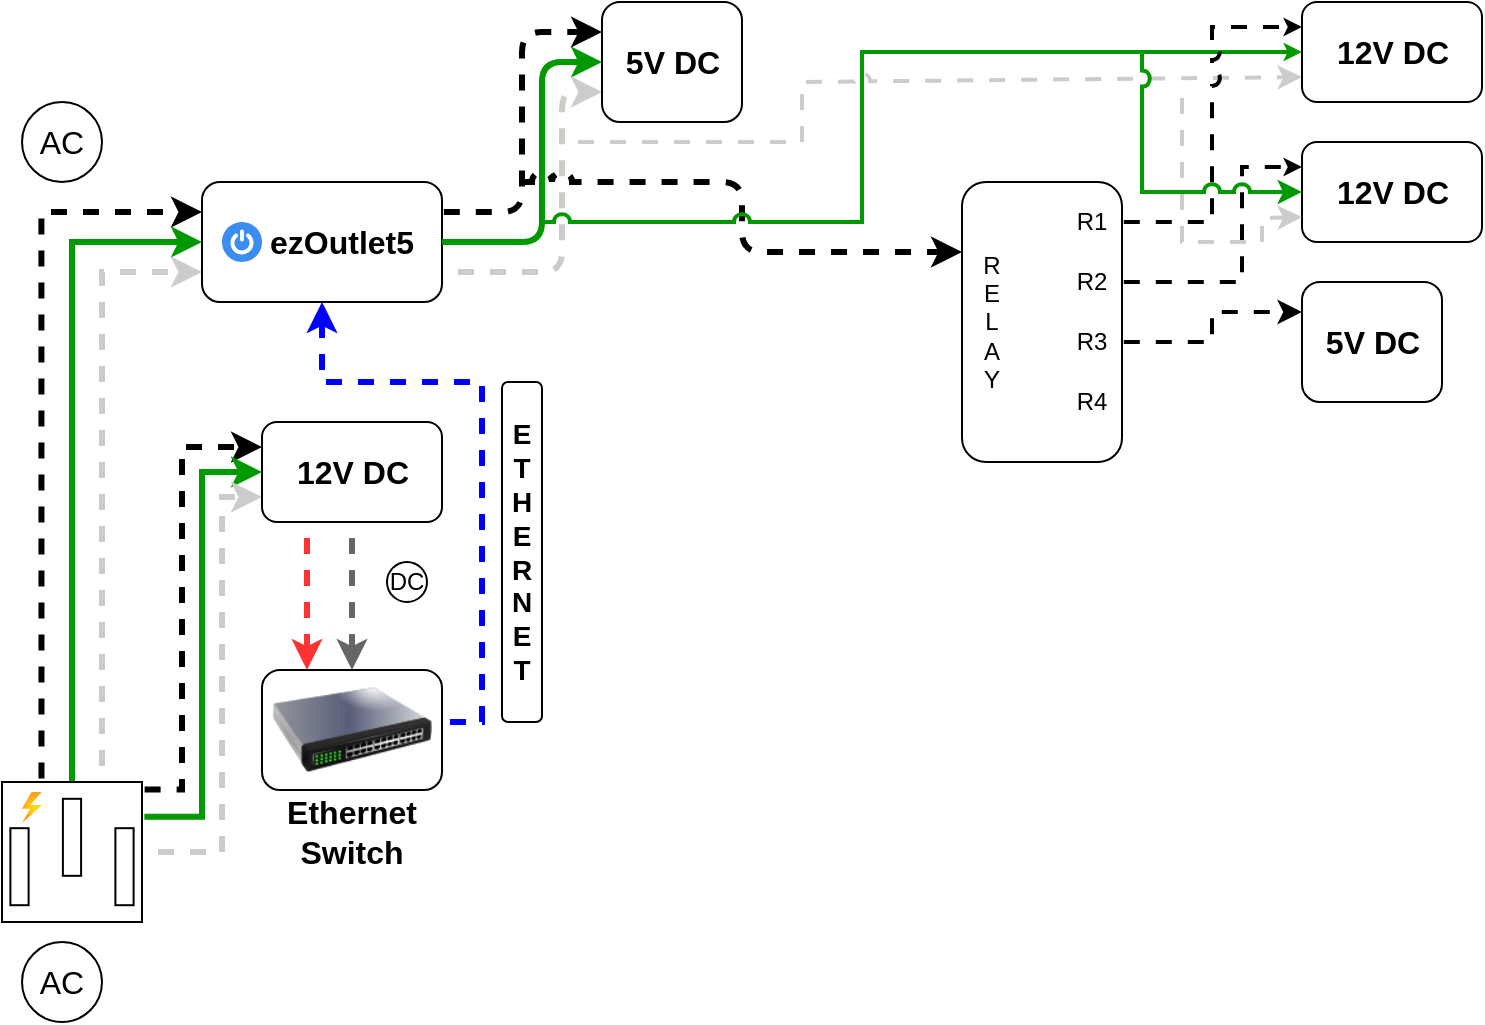
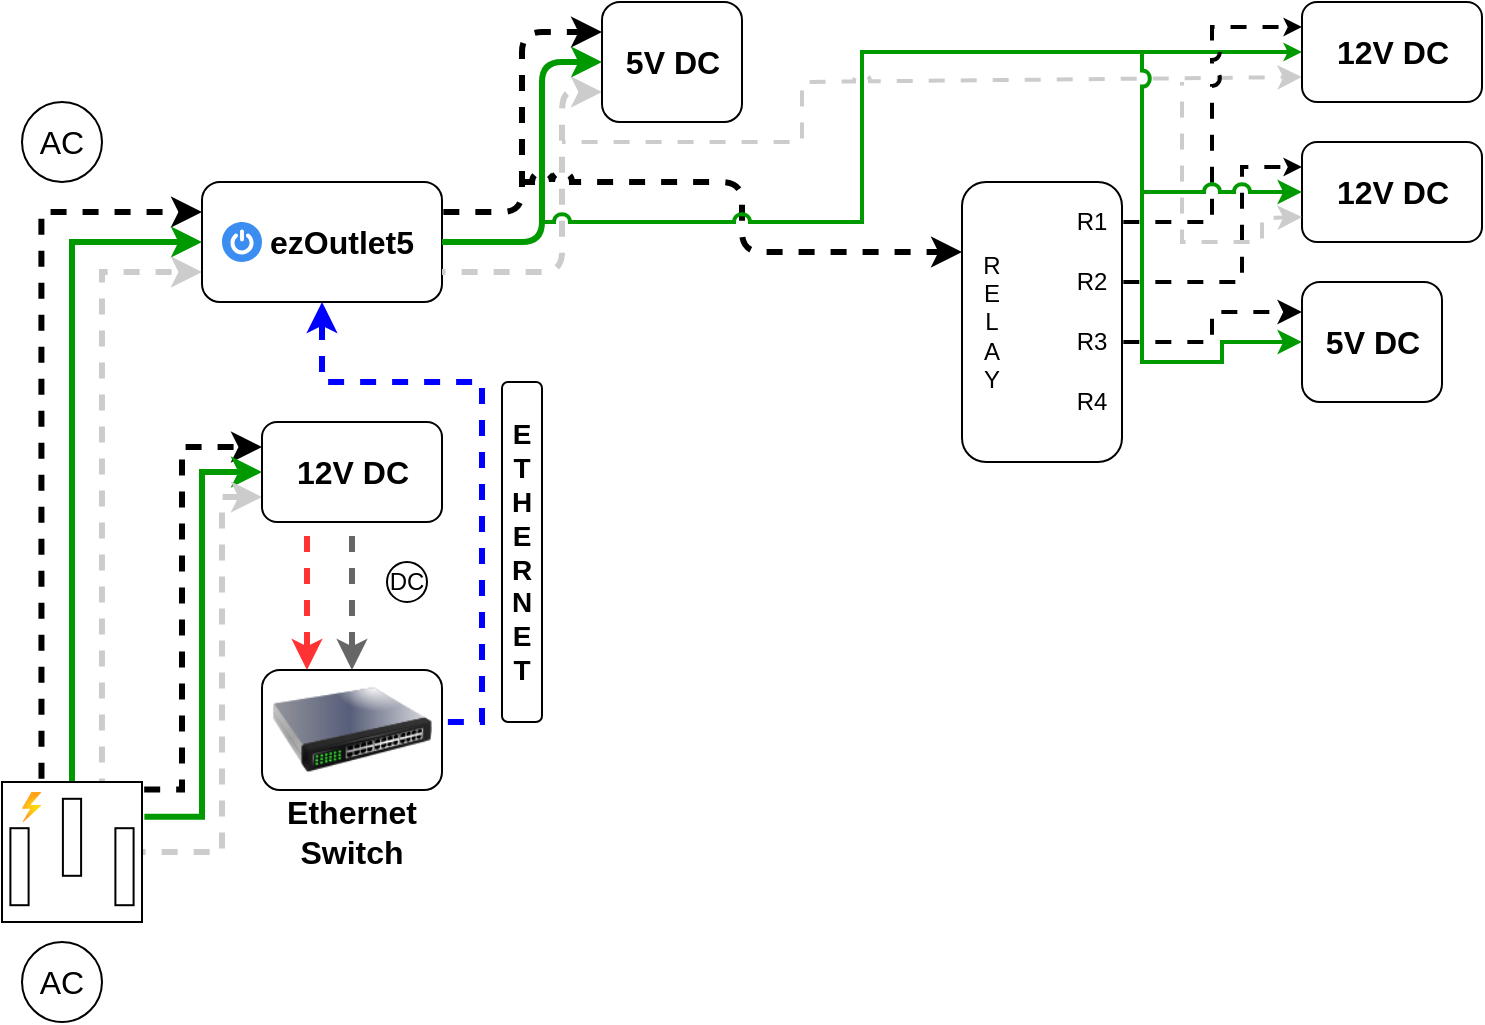
<mxfile host="app.diagrams.net" agent="Mozilla/5.0 (Windows NT 10.0; Win64; x64) AppleWebKit/537.36 (KHTML, like Gecko) Chrome/131.0.0.0 Safari/537.36 Edg/131.0.0.0" version="25.0.3">
  <diagram name="Page-1" id="VlRkN-xOVygPYa-iD9Ir">
    <mxGraphModel dx="420" dy="263" grid="1" gridSize="10" guides="1" tooltips="1" connect="1" arrows="1" fold="1" page="1" pageScale="1" pageWidth="1169" pageHeight="827" background="none" math="0" shadow="0">
      <root>
        <mxCell id="0" />
        <mxCell id="1" parent="0" />
        <mxCell id="JVLtuT8sySUBbFbLTn6r-3" style="edgeStyle=orthogonalEdgeStyle;rounded=0;orthogonalLoop=1;jettySize=auto;html=1;entryX=0;entryY=0.25;entryDx=0;entryDy=0;exitX=0.282;exitY=-0.013;exitDx=0;exitDy=0;exitPerimeter=0;strokeWidth=3;flowAnimation=1;flowAnimationDirection=alternate;flowAnimationTimingFunction=ease-in-out;flowAnimationDuration=1500;" edge="1" parent="1" source="pD8juBFKP1GN8B8eYQTb-1" target="pD8juBFKP1GN8B8eYQTb-3">
          <mxGeometry relative="1" as="geometry" />
        </mxCell>
        <mxCell id="JVLtuT8sySUBbFbLTn6r-4" style="edgeStyle=orthogonalEdgeStyle;rounded=0;orthogonalLoop=1;jettySize=auto;html=1;exitX=0.5;exitY=0;exitDx=0;exitDy=0;exitPerimeter=0;entryX=0;entryY=0.5;entryDx=0;entryDy=0;strokeColor=#009900;strokeWidth=3;" edge="1" parent="1" source="pD8juBFKP1GN8B8eYQTb-1" target="pD8juBFKP1GN8B8eYQTb-3">
          <mxGeometry relative="1" as="geometry" />
        </mxCell>
        <mxCell id="JVLtuT8sySUBbFbLTn6r-5" style="edgeStyle=orthogonalEdgeStyle;rounded=0;orthogonalLoop=1;jettySize=auto;html=1;entryX=0;entryY=0.75;entryDx=0;entryDy=0;exitX=0.714;exitY=0;exitDx=0;exitDy=0;exitPerimeter=0;strokeWidth=3;strokeColor=#CCCCCC;flowAnimation=1;flowAnimationDirection=alternate-reverse;flowAnimationTimingFunction=ease-in-out;" edge="1" parent="1" source="pD8juBFKP1GN8B8eYQTb-1" target="pD8juBFKP1GN8B8eYQTb-3">
          <mxGeometry relative="1" as="geometry">
            <mxPoint x="120" y="320" as="targetPoint" />
          </mxGeometry>
        </mxCell>
        <mxCell id="JVLtuT8sySUBbFbLTn6r-6" style="edgeStyle=orthogonalEdgeStyle;rounded=0;orthogonalLoop=1;jettySize=auto;html=1;entryX=0;entryY=0.25;entryDx=0;entryDy=0;exitX=1.006;exitY=0.054;exitDx=0;exitDy=0;exitPerimeter=0;strokeWidth=3;flowAnimation=1;flowAnimationDirection=alternate;flowAnimationTimingFunction=ease-in-out;flowAnimationDuration=1500;" edge="1" parent="1" source="pD8juBFKP1GN8B8eYQTb-1" target="pD8juBFKP1GN8B8eYQTb-24">
          <mxGeometry relative="1" as="geometry">
            <Array as="points">
              <mxPoint x="120" y="404" />
              <mxPoint x="120" y="233" />
            </Array>
          </mxGeometry>
        </mxCell>
        <mxCell id="JVLtuT8sySUBbFbLTn6r-7" style="edgeStyle=orthogonalEdgeStyle;rounded=0;orthogonalLoop=1;jettySize=auto;html=1;entryX=0;entryY=0.5;entryDx=0;entryDy=0;exitX=1.017;exitY=0.249;exitDx=0;exitDy=0;exitPerimeter=0;strokeWidth=3;strokeColor=#009900;" edge="1" parent="1" source="pD8juBFKP1GN8B8eYQTb-1" target="pD8juBFKP1GN8B8eYQTb-24">
          <mxGeometry relative="1" as="geometry" />
        </mxCell>
        <mxCell id="JVLtuT8sySUBbFbLTn6r-8" style="edgeStyle=orthogonalEdgeStyle;rounded=0;orthogonalLoop=1;jettySize=auto;html=1;entryX=0;entryY=0.75;entryDx=0;entryDy=0;strokeColor=#CCCCCC;strokeWidth=3;flowAnimation=1;flowAnimationDirection=alternate-reverse;flowAnimationTimingFunction=ease-in-out;" edge="1" parent="1" source="pD8juBFKP1GN8B8eYQTb-1" target="pD8juBFKP1GN8B8eYQTb-24">
          <mxGeometry relative="1" as="geometry">
            <Array as="points">
              <mxPoint x="140" y="435" />
              <mxPoint x="140" y="258" />
            </Array>
          </mxGeometry>
        </mxCell>
        <mxCell id="JVLtuT8sySUBbFbLTn6r-1" value="" style="group" vertex="1" connectable="0" parent="1">
          <mxGeometry x="30" y="480" width="60" height="40" as="geometry" />
        </mxCell>
        <mxCell id="pD8juBFKP1GN8B8eYQTb-22" value="AC" style="text;html=1;align=center;verticalAlign=middle;whiteSpace=wrap;rounded=0;fontSize=16;" parent="JVLtuT8sySUBbFbLTn6r-1" vertex="1">
          <mxGeometry y="5" width="60" height="30" as="geometry" />
        </mxCell>
        <mxCell id="pD8juBFKP1GN8B8eYQTb-23" value="" style="ellipse;whiteSpace=wrap;html=1;fillColor=none;" parent="JVLtuT8sySUBbFbLTn6r-1" vertex="1">
          <mxGeometry x="10" width="40" height="40" as="geometry" />
        </mxCell>
        <mxCell id="JVLtuT8sySUBbFbLTn6r-2" value="" style="group" vertex="1" connectable="0" parent="1">
          <mxGeometry x="30" y="60" width="60" height="40" as="geometry" />
        </mxCell>
        <mxCell id="pD8juBFKP1GN8B8eYQTb-9" value="" style="ellipse;whiteSpace=wrap;html=1;fillColor=none;" parent="JVLtuT8sySUBbFbLTn6r-2" vertex="1">
          <mxGeometry x="10" width="40" height="40" as="geometry" />
        </mxCell>
        <mxCell id="pD8juBFKP1GN8B8eYQTb-11" value="AC" style="text;html=1;align=center;verticalAlign=middle;whiteSpace=wrap;rounded=0;fontSize=16;" parent="JVLtuT8sySUBbFbLTn6r-2" vertex="1">
          <mxGeometry y="5" width="60" height="30" as="geometry" />
        </mxCell>
        <mxCell id="JVLtuT8sySUBbFbLTn6r-9" value="" style="group" vertex="1" connectable="0" parent="1">
          <mxGeometry x="130" y="100" width="120" height="60" as="geometry" />
        </mxCell>
        <mxCell id="JVLtuT8sySUBbFbLTn6r-16" value="" style="group" vertex="1" connectable="0" parent="JVLtuT8sySUBbFbLTn6r-9">
          <mxGeometry width="120" height="60" as="geometry" />
        </mxCell>
        <mxCell id="pD8juBFKP1GN8B8eYQTb-3" value="" style="rounded=1;whiteSpace=wrap;html=1;" parent="JVLtuT8sySUBbFbLTn6r-16" vertex="1">
          <mxGeometry width="120" height="60" as="geometry" />
        </mxCell>
        <mxCell id="JVLtuT8sySUBbFbLTn6r-13" value="" style="sketch=0;html=1;aspect=fixed;strokeColor=none;shadow=0;fillColor=#3B8DF1;verticalAlign=top;labelPosition=center;verticalLabelPosition=bottom;shape=mxgraph.gcp2.a7_power" vertex="1" parent="JVLtuT8sySUBbFbLTn6r-16">
          <mxGeometry x="10" y="20" width="20" height="20" as="geometry" />
        </mxCell>
        <mxCell id="pD8juBFKP1GN8B8eYQTb-15" value="&lt;b&gt;ezOutlet5&lt;/b&gt;" style="text;html=1;align=center;verticalAlign=middle;whiteSpace=wrap;rounded=0;fontSize=16;" parent="JVLtuT8sySUBbFbLTn6r-16" vertex="1">
          <mxGeometry x="40" y="10" width="60" height="40" as="geometry" />
        </mxCell>
        <mxCell id="JVLtuT8sySUBbFbLTn6r-11" value="" style="group" vertex="1" connectable="0" parent="1">
          <mxGeometry x="160" y="220" width="90" height="50" as="geometry" />
        </mxCell>
        <mxCell id="JVLtuT8sySUBbFbLTn6r-72" value="" style="group" vertex="1" connectable="0" parent="JVLtuT8sySUBbFbLTn6r-11">
          <mxGeometry width="90" height="50" as="geometry" />
        </mxCell>
        <mxCell id="pD8juBFKP1GN8B8eYQTb-24" value="" style="rounded=1;whiteSpace=wrap;html=1;" parent="JVLtuT8sySUBbFbLTn6r-72" vertex="1">
          <mxGeometry width="90" height="50" as="geometry" />
        </mxCell>
        <mxCell id="JVLtuT8sySUBbFbLTn6r-10" value="&lt;font style=&quot;font-size: 16px;&quot;&gt;&lt;b&gt;12V DC&lt;/b&gt;&lt;/font&gt;" style="text;html=1;align=center;verticalAlign=middle;whiteSpace=wrap;rounded=0;" vertex="1" parent="JVLtuT8sySUBbFbLTn6r-72">
          <mxGeometry x="15.75" y="10" width="58.5" height="30" as="geometry" />
        </mxCell>
        <mxCell id="JVLtuT8sySUBbFbLTn6r-18" value="" style="group" vertex="1" connectable="0" parent="1">
          <mxGeometry x="30" y="400" width="70" height="70" as="geometry" />
        </mxCell>
        <mxCell id="pD8juBFKP1GN8B8eYQTb-1" value="" style="pointerEvents=1;verticalLabelPosition=bottom;shadow=0;dashed=0;align=center;html=1;verticalAlign=top;shape=mxgraph.electrical.miscellaneous.ac_out" parent="JVLtuT8sySUBbFbLTn6r-18" vertex="1">
          <mxGeometry width="70" height="70" as="geometry" />
        </mxCell>
        <mxCell id="JVLtuT8sySUBbFbLTn6r-12" value="" style="image;aspect=fixed;html=1;points=[];align=center;fontSize=12;image=img/lib/azure2/general/Power.svg;" vertex="1" parent="JVLtuT8sySUBbFbLTn6r-18">
          <mxGeometry x="10" y="5" width="9.72" height="15" as="geometry" />
        </mxCell>
        <mxCell id="JVLtuT8sySUBbFbLTn6r-23" style="edgeStyle=orthogonalEdgeStyle;rounded=0;orthogonalLoop=1;jettySize=auto;html=1;entryX=0.25;entryY=0;entryDx=0;entryDy=0;exitX=0.25;exitY=1;exitDx=0;exitDy=0;strokeColor=#FF3333;strokeWidth=3;flowAnimation=1;" edge="1" parent="1" source="pD8juBFKP1GN8B8eYQTb-24" target="JVLtuT8sySUBbFbLTn6r-19">
          <mxGeometry relative="1" as="geometry" />
        </mxCell>
        <mxCell id="JVLtuT8sySUBbFbLTn6r-28" value="" style="group" vertex="1" connectable="0" parent="1">
          <mxGeometry x="220" y="290" width="25" height="20" as="geometry" />
        </mxCell>
        <mxCell id="JVLtuT8sySUBbFbLTn6r-26" value="" style="ellipse;whiteSpace=wrap;html=1;aspect=fixed;" vertex="1" parent="JVLtuT8sySUBbFbLTn6r-28">
          <mxGeometry x="2.5" width="20" height="20" as="geometry" />
        </mxCell>
        <mxCell id="JVLtuT8sySUBbFbLTn6r-27" value="&lt;font&gt;DC&lt;/font&gt;" style="text;html=1;align=center;verticalAlign=middle;whiteSpace=wrap;rounded=0;" vertex="1" parent="JVLtuT8sySUBbFbLTn6r-28">
          <mxGeometry y="2.5" width="25" height="15" as="geometry" />
        </mxCell>
        <mxCell id="JVLtuT8sySUBbFbLTn6r-29" style="edgeStyle=orthogonalEdgeStyle;rounded=0;orthogonalLoop=1;jettySize=auto;html=1;exitX=0.5;exitY=1;exitDx=0;exitDy=0;entryX=0.5;entryY=0;entryDx=0;entryDy=0;strokeWidth=3;flowAnimation=1;strokeColor=#666666;" edge="1" parent="1" source="pD8juBFKP1GN8B8eYQTb-24" target="JVLtuT8sySUBbFbLTn6r-19">
          <mxGeometry relative="1" as="geometry" />
        </mxCell>
        <mxCell id="JVLtuT8sySUBbFbLTn6r-30" style="edgeStyle=orthogonalEdgeStyle;rounded=0;orthogonalLoop=1;jettySize=auto;html=1;exitX=1;exitY=0.5;exitDx=0;exitDy=0;entryX=0.5;entryY=1;entryDx=0;entryDy=0;strokeColor=#0000FF;strokeWidth=3;flowAnimation=1;" edge="1" parent="1" source="JVLtuT8sySUBbFbLTn6r-19" target="pD8juBFKP1GN8B8eYQTb-3">
          <mxGeometry relative="1" as="geometry">
            <Array as="points">
              <mxPoint x="270" y="370" />
              <mxPoint x="270" y="200" />
              <mxPoint x="190" y="200" />
            </Array>
          </mxGeometry>
        </mxCell>
        <mxCell id="JVLtuT8sySUBbFbLTn6r-31" value="" style="rounded=1;whiteSpace=wrap;html=1;" vertex="1" parent="1">
          <mxGeometry x="280" y="200" width="20" height="170" as="geometry" />
        </mxCell>
        <mxCell id="JVLtuT8sySUBbFbLTn6r-32" value="&lt;b&gt;&lt;font style=&quot;font-size: 14px;&quot;&gt;E&lt;/font&gt;&lt;/b&gt;&lt;div&gt;&lt;b&gt;&lt;font style=&quot;font-size: 14px;&quot;&gt;T&lt;/font&gt;&lt;/b&gt;&lt;/div&gt;&lt;div&gt;&lt;b&gt;&lt;font style=&quot;font-size: 14px;&quot;&gt;H&lt;/font&gt;&lt;/b&gt;&lt;/div&gt;&lt;div&gt;&lt;b&gt;&lt;font style=&quot;font-size: 14px;&quot;&gt;E&lt;/font&gt;&lt;/b&gt;&lt;/div&gt;&lt;div&gt;&lt;b&gt;&lt;font style=&quot;font-size: 14px;&quot;&gt;R&lt;/font&gt;&lt;/b&gt;&lt;/div&gt;&lt;div&gt;&lt;b&gt;&lt;font style=&quot;font-size: 14px;&quot;&gt;N&lt;/font&gt;&lt;/b&gt;&lt;/div&gt;&lt;div&gt;&lt;b&gt;&lt;font style=&quot;font-size: 14px;&quot;&gt;E&lt;/font&gt;&lt;/b&gt;&lt;/div&gt;&lt;div&gt;&lt;b&gt;&lt;font style=&quot;font-size: 14px;&quot;&gt;T&lt;/font&gt;&lt;/b&gt;&lt;/div&gt;" style="text;html=1;align=center;verticalAlign=middle;whiteSpace=wrap;rounded=0;" vertex="1" parent="1">
          <mxGeometry x="275" y="180" width="30" height="210" as="geometry" />
        </mxCell>
        <mxCell id="JVLtuT8sySUBbFbLTn6r-33" value="" style="rounded=1;whiteSpace=wrap;html=1;" vertex="1" parent="1">
          <mxGeometry x="510" y="100" width="80" height="140" as="geometry" />
        </mxCell>
        <mxCell id="JVLtuT8sySUBbFbLTn6r-35" style="edgeStyle=orthogonalEdgeStyle;rounded=1;orthogonalLoop=1;jettySize=auto;html=1;exitX=1;exitY=0.25;exitDx=0;exitDy=0;entryX=0;entryY=0.25;entryDx=0;entryDy=0;curved=0;strokeWidth=3;flowAnimation=1;flowAnimationDirection=alternate;flowAnimationTimingFunction=ease-in-out;flowAnimationDuration=1500;" edge="1" parent="1" source="pD8juBFKP1GN8B8eYQTb-3" target="JVLtuT8sySUBbFbLTn6r-34">
          <mxGeometry relative="1" as="geometry" />
        </mxCell>
        <mxCell id="JVLtuT8sySUBbFbLTn6r-36" style="edgeStyle=orthogonalEdgeStyle;rounded=1;orthogonalLoop=1;jettySize=auto;html=1;exitX=1;exitY=0.5;exitDx=0;exitDy=0;entryX=0;entryY=0.5;entryDx=0;entryDy=0;curved=0;strokeWidth=3;strokeColor=#009900;" edge="1" parent="1" source="pD8juBFKP1GN8B8eYQTb-3" target="JVLtuT8sySUBbFbLTn6r-34">
          <mxGeometry relative="1" as="geometry">
            <Array as="points">
              <mxPoint x="300" y="130" />
              <mxPoint x="300" y="40" />
            </Array>
          </mxGeometry>
        </mxCell>
        <mxCell id="JVLtuT8sySUBbFbLTn6r-37" style="edgeStyle=orthogonalEdgeStyle;rounded=1;orthogonalLoop=1;jettySize=auto;html=1;exitX=1;exitY=0.75;exitDx=0;exitDy=0;entryX=0;entryY=0.75;entryDx=0;entryDy=0;curved=0;strokeColor=#CCCCCC;strokeWidth=3;flowAnimation=1;flowAnimationDirection=alternate-reverse;flowAnimationTimingFunction=ease-in-out;" edge="1" parent="1" source="pD8juBFKP1GN8B8eYQTb-3" target="JVLtuT8sySUBbFbLTn6r-34">
          <mxGeometry relative="1" as="geometry">
            <Array as="points">
              <mxPoint x="310" y="145" />
              <mxPoint x="310" y="55" />
            </Array>
          </mxGeometry>
        </mxCell>
        <mxCell id="JVLtuT8sySUBbFbLTn6r-40" value="" style="endArrow=classic;html=1;rounded=1;curved=0;entryX=0;entryY=0.25;entryDx=0;entryDy=0;jumpStyle=arc;strokeWidth=3;flowAnimation=1;flowAnimationDirection=alternate;flowAnimationTimingFunction=ease-in-out;flowAnimationDuration=1500;" edge="1" parent="1" target="JVLtuT8sySUBbFbLTn6r-33">
          <mxGeometry width="50" height="50" relative="1" as="geometry">
            <mxPoint x="290" y="100" as="sourcePoint" />
            <mxPoint x="410" y="170" as="targetPoint" />
            <Array as="points">
              <mxPoint x="400" y="100" />
              <mxPoint x="400" y="135" />
            </Array>
          </mxGeometry>
        </mxCell>
        <mxCell id="JVLtuT8sySUBbFbLTn6r-51" value="" style="group" vertex="1" connectable="0" parent="1">
          <mxGeometry x="160" y="344" width="90" height="96" as="geometry" />
        </mxCell>
        <mxCell id="JVLtuT8sySUBbFbLTn6r-21" value="" style="group" vertex="1" connectable="0" parent="JVLtuT8sySUBbFbLTn6r-51">
          <mxGeometry width="90" height="70" as="geometry" />
        </mxCell>
        <mxCell id="JVLtuT8sySUBbFbLTn6r-50" value="" style="group" vertex="1" connectable="0" parent="JVLtuT8sySUBbFbLTn6r-21">
          <mxGeometry width="90" height="70" as="geometry" />
        </mxCell>
        <mxCell id="JVLtuT8sySUBbFbLTn6r-19" value="" style="rounded=1;whiteSpace=wrap;html=1;" vertex="1" parent="JVLtuT8sySUBbFbLTn6r-50">
          <mxGeometry width="90" height="60" as="geometry" />
        </mxCell>
        <mxCell id="JVLtuT8sySUBbFbLTn6r-49" value="" style="image;html=1;image=img/lib/clip_art/networking/Switch_128x128.png" vertex="1" parent="JVLtuT8sySUBbFbLTn6r-50">
          <mxGeometry x="5" y="-10" width="80" height="80" as="geometry" />
        </mxCell>
        <mxCell id="JVLtuT8sySUBbFbLTn6r-20" value="&lt;b&gt;&lt;font style=&quot;font-size: 16px;&quot;&gt;Ethernet&lt;/font&gt;&lt;/b&gt;&lt;div&gt;&lt;b&gt;&lt;font style=&quot;font-size: 16px;&quot;&gt;Switch&lt;/font&gt;&lt;/b&gt;&lt;/div&gt;" style="text;html=1;align=center;verticalAlign=middle;whiteSpace=wrap;rounded=0;" vertex="1" parent="JVLtuT8sySUBbFbLTn6r-51">
          <mxGeometry x="15" y="66" width="60" height="30" as="geometry" />
        </mxCell>
        <mxCell id="JVLtuT8sySUBbFbLTn6r-53" value="" style="group" vertex="1" connectable="0" parent="1">
          <mxGeometry x="330" y="10" width="70" height="60" as="geometry" />
        </mxCell>
        <mxCell id="JVLtuT8sySUBbFbLTn6r-71" value="" style="group" vertex="1" connectable="0" parent="JVLtuT8sySUBbFbLTn6r-53">
          <mxGeometry width="70" height="60" as="geometry" />
        </mxCell>
        <mxCell id="JVLtuT8sySUBbFbLTn6r-34" value="" style="rounded=1;whiteSpace=wrap;html=1;" vertex="1" parent="JVLtuT8sySUBbFbLTn6r-71">
          <mxGeometry width="70" height="60" as="geometry" />
        </mxCell>
        <mxCell id="JVLtuT8sySUBbFbLTn6r-52" value="&lt;font style=&quot;font-size: 16px;&quot;&gt;&lt;b&gt;5&lt;/b&gt;&lt;/font&gt;&lt;b style=&quot;font-size: 16px; background-color: initial;&quot;&gt;V DC&lt;/b&gt;" style="text;html=1;align=center;verticalAlign=middle;whiteSpace=wrap;rounded=0;" vertex="1" parent="JVLtuT8sySUBbFbLTn6r-71">
          <mxGeometry x="5.75" y="15" width="58.5" height="30" as="geometry" />
        </mxCell>
        <mxCell id="JVLtuT8sySUBbFbLTn6r-54" value="" style="endArrow=classic;html=1;rounded=0;entryX=0;entryY=0.5;entryDx=0;entryDy=0;jumpStyle=arc;strokeColor=#009900;strokeWidth=2;endSize=3;" edge="1" parent="1" target="JVLtuT8sySUBbFbLTn6r-74">
          <mxGeometry width="50" height="50" relative="1" as="geometry">
            <mxPoint x="300" y="120" as="sourcePoint" />
            <mxPoint x="350" y="80" as="targetPoint" />
            <Array as="points">
              <mxPoint x="460" y="120" />
              <mxPoint x="460" y="35" />
            </Array>
          </mxGeometry>
        </mxCell>
        <mxCell id="JVLtuT8sySUBbFbLTn6r-55" value="" style="endArrow=classic;html=1;rounded=0;entryX=0;entryY=0.75;entryDx=0;entryDy=0;strokeColor=#CCCCCC;strokeWidth=2;jumpStyle=arc;flowAnimation=1;flowAnimationDirection=alternate-reverse;flowAnimationTimingFunction=ease-in-out;" edge="1" parent="1" target="JVLtuT8sySUBbFbLTn6r-74">
          <mxGeometry width="50" height="50" relative="1" as="geometry">
            <mxPoint x="310" y="80" as="sourcePoint" />
            <mxPoint x="350" y="140" as="targetPoint" />
            <Array as="points">
              <mxPoint x="430" y="80" />
              <mxPoint x="430" y="50" />
              <mxPoint x="520" y="50" />
            </Array>
          </mxGeometry>
        </mxCell>
        <mxCell id="JVLtuT8sySUBbFbLTn6r-56" value="R&lt;div&gt;E&lt;/div&gt;&lt;div&gt;L&lt;/div&gt;&lt;div&gt;A&lt;/div&gt;&lt;div&gt;Y&lt;/div&gt;" style="text;html=1;align=center;verticalAlign=middle;whiteSpace=wrap;rounded=0;" vertex="1" parent="1">
          <mxGeometry x="510" y="135" width="30" height="70" as="geometry" />
        </mxCell>
        <mxCell id="JVLtuT8sySUBbFbLTn6r-79" style="edgeStyle=orthogonalEdgeStyle;rounded=0;orthogonalLoop=1;jettySize=auto;html=1;exitX=1;exitY=0.5;exitDx=0;exitDy=0;entryX=0;entryY=0.25;entryDx=0;entryDy=0;strokeWidth=2;flowAnimation=1;flowAnimationDirection=alternate;flowAnimationTimingFunction=ease-in-out;flowAnimationDuration=1500;jumpStyle=arc;endSize=3;" edge="1" parent="1" source="JVLtuT8sySUBbFbLTn6r-57" target="JVLtuT8sySUBbFbLTn6r-74">
          <mxGeometry relative="1" as="geometry" />
        </mxCell>
        <mxCell id="JVLtuT8sySUBbFbLTn6r-57" value="R1" style="text;html=1;align=center;verticalAlign=middle;whiteSpace=wrap;rounded=0;" vertex="1" parent="1">
          <mxGeometry x="560" y="105" width="30" height="30" as="geometry" />
        </mxCell>
        <mxCell id="JVLtuT8sySUBbFbLTn6r-80" style="edgeStyle=orthogonalEdgeStyle;rounded=0;orthogonalLoop=1;jettySize=auto;html=1;exitX=1;exitY=0.5;exitDx=0;exitDy=0;entryX=0;entryY=0.25;entryDx=0;entryDy=0;strokeWidth=2;flowAnimation=1;flowAnimationDirection=alternate;flowAnimationTimingFunction=ease-in-out;flowAnimationDuration=1500;endSize=3;" edge="1" parent="1" source="JVLtuT8sySUBbFbLTn6r-58" target="JVLtuT8sySUBbFbLTn6r-77">
          <mxGeometry relative="1" as="geometry">
            <Array as="points">
              <mxPoint x="650" y="150" />
              <mxPoint x="650" y="93" />
            </Array>
          </mxGeometry>
        </mxCell>
        <mxCell id="JVLtuT8sySUBbFbLTn6r-58" value="R2" style="text;html=1;align=center;verticalAlign=middle;whiteSpace=wrap;rounded=0;" vertex="1" parent="1">
          <mxGeometry x="560" y="135" width="30" height="30" as="geometry" />
        </mxCell>
        <mxCell id="JVLtuT8sySUBbFbLTn6r-81" style="edgeStyle=orthogonalEdgeStyle;rounded=0;orthogonalLoop=1;jettySize=auto;html=1;exitX=1;exitY=0.5;exitDx=0;exitDy=0;entryX=0;entryY=0.25;entryDx=0;entryDy=0;strokeWidth=2;flowAnimation=1;flowAnimationDirection=alternate;flowAnimationTimingFunction=ease-in-out;flowAnimationDuration=1500;" edge="1" parent="1" source="JVLtuT8sySUBbFbLTn6r-59" target="JVLtuT8sySUBbFbLTn6r-63">
          <mxGeometry relative="1" as="geometry" />
        </mxCell>
        <mxCell id="JVLtuT8sySUBbFbLTn6r-59" value="R3" style="text;html=1;align=center;verticalAlign=middle;whiteSpace=wrap;rounded=0;" vertex="1" parent="1">
          <mxGeometry x="560" y="165" width="30" height="30" as="geometry" />
        </mxCell>
        <mxCell id="JVLtuT8sySUBbFbLTn6r-60" value="R4" style="text;html=1;align=center;verticalAlign=middle;whiteSpace=wrap;rounded=0;" vertex="1" parent="1">
          <mxGeometry x="560" y="195" width="30" height="30" as="geometry" />
        </mxCell>
        <mxCell id="JVLtuT8sySUBbFbLTn6r-67" value="" style="group" vertex="1" connectable="0" parent="1">
          <mxGeometry x="680" y="150" width="70" height="60" as="geometry" />
        </mxCell>
        <mxCell id="JVLtuT8sySUBbFbLTn6r-63" value="" style="rounded=1;whiteSpace=wrap;html=1;" vertex="1" parent="JVLtuT8sySUBbFbLTn6r-67">
          <mxGeometry width="70" height="60" as="geometry" />
        </mxCell>
        <mxCell id="JVLtuT8sySUBbFbLTn6r-62" value="" style="group" vertex="1" connectable="0" parent="JVLtuT8sySUBbFbLTn6r-67">
          <mxGeometry width="70" height="60" as="geometry" />
        </mxCell>
        <mxCell id="JVLtuT8sySUBbFbLTn6r-64" value="&lt;font style=&quot;font-size: 16px;&quot;&gt;&lt;b&gt;5&lt;/b&gt;&lt;/font&gt;&lt;b style=&quot;font-size: 16px; background-color: initial;&quot;&gt;V DC&lt;/b&gt;" style="text;html=1;align=center;verticalAlign=middle;whiteSpace=wrap;rounded=0;" vertex="1" parent="JVLtuT8sySUBbFbLTn6r-62">
          <mxGeometry x="5.75" y="15" width="58.5" height="30" as="geometry" />
        </mxCell>
        <mxCell id="JVLtuT8sySUBbFbLTn6r-73" value="" style="group" vertex="1" connectable="0" parent="1">
          <mxGeometry x="680" y="10" width="90" height="50" as="geometry" />
        </mxCell>
        <mxCell id="JVLtuT8sySUBbFbLTn6r-74" value="" style="rounded=1;whiteSpace=wrap;html=1;" vertex="1" parent="JVLtuT8sySUBbFbLTn6r-73">
          <mxGeometry width="90" height="50" as="geometry" />
        </mxCell>
        <mxCell id="JVLtuT8sySUBbFbLTn6r-75" value="&lt;font style=&quot;font-size: 16px;&quot;&gt;&lt;b&gt;12V DC&lt;/b&gt;&lt;/font&gt;" style="text;html=1;align=center;verticalAlign=middle;whiteSpace=wrap;rounded=0;" vertex="1" parent="JVLtuT8sySUBbFbLTn6r-73">
          <mxGeometry x="15.75" y="10" width="58.5" height="30" as="geometry" />
        </mxCell>
        <mxCell id="JVLtuT8sySUBbFbLTn6r-76" value="" style="group" vertex="1" connectable="0" parent="1">
          <mxGeometry x="680" y="80" width="90" height="50" as="geometry" />
        </mxCell>
        <mxCell id="JVLtuT8sySUBbFbLTn6r-77" value="" style="rounded=1;whiteSpace=wrap;html=1;" vertex="1" parent="JVLtuT8sySUBbFbLTn6r-76">
          <mxGeometry width="90" height="50" as="geometry" />
        </mxCell>
        <mxCell id="JVLtuT8sySUBbFbLTn6r-78" value="&lt;font style=&quot;font-size: 16px;&quot;&gt;&lt;b&gt;12V DC&lt;/b&gt;&lt;/font&gt;" style="text;html=1;align=center;verticalAlign=middle;whiteSpace=wrap;rounded=0;" vertex="1" parent="JVLtuT8sySUBbFbLTn6r-76">
          <mxGeometry x="15.75" y="10" width="58.5" height="30" as="geometry" />
        </mxCell>
        <mxCell id="JVLtuT8sySUBbFbLTn6r-82" value="" style="endArrow=classic;html=1;rounded=0;entryX=0;entryY=0.5;entryDx=0;entryDy=0;jumpStyle=arc;strokeColor=#009900;strokeWidth=2;" edge="1" parent="1" target="JVLtuT8sySUBbFbLTn6r-77">
          <mxGeometry width="50" height="50" relative="1" as="geometry">
            <mxPoint x="600" y="35" as="sourcePoint" />
            <mxPoint x="660" y="105" as="targetPoint" />
            <Array as="points">
              <mxPoint x="600" y="105" />
            </Array>
          </mxGeometry>
        </mxCell>
        <mxCell id="JVLtuT8sySUBbFbLTn6r-83" value="" style="endArrow=classic;html=1;rounded=0;entryX=0;entryY=0.75;entryDx=0;entryDy=0;strokeWidth=2;strokeColor=#CCCCCC;flowAnimation=1;flowAnimationTimingFunction=ease-in-out;flowAnimationDirection=alternate-reverse;" edge="1" parent="1" target="JVLtuT8sySUBbFbLTn6r-77">
          <mxGeometry width="50" height="50" relative="1" as="geometry">
            <mxPoint x="620" y="50" as="sourcePoint" />
            <mxPoint x="480" y="40" as="targetPoint" />
            <Array as="points">
              <mxPoint x="620" y="130" />
              <mxPoint x="660" y="130" />
              <mxPoint x="660" y="118" />
            </Array>
          </mxGeometry>
        </mxCell>
+         <mxCell id="JVLtuT8sySUBbFbLTn6r-88" value="" style="endArrow=classic;html=1;rounded=0;entryX=0;entryY=0.5;entryDx=0;entryDy=0;strokeColor=#009900;strokeWidth=2;" edge="1" parent="1" target="JVLtuT8sySUBbFbLTn6r-63">
+           <mxGeometry width="50" height="50" relative="1" as="geometry">
+             <mxPoint x="600" y="100" as="sourcePoint" />
+             <mxPoint x="600" y="140" as="targetPoint" />
+             <Array as="points">
+               <mxPoint x="600" y="190" />
+               <mxPoint x="640" y="190" />
+               <mxPoint x="640" y="180" />
+             </Array>
+           </mxGeometry>
+         </mxCell>
      </root>
    </mxGraphModel>
  </diagram>
</mxfile>
